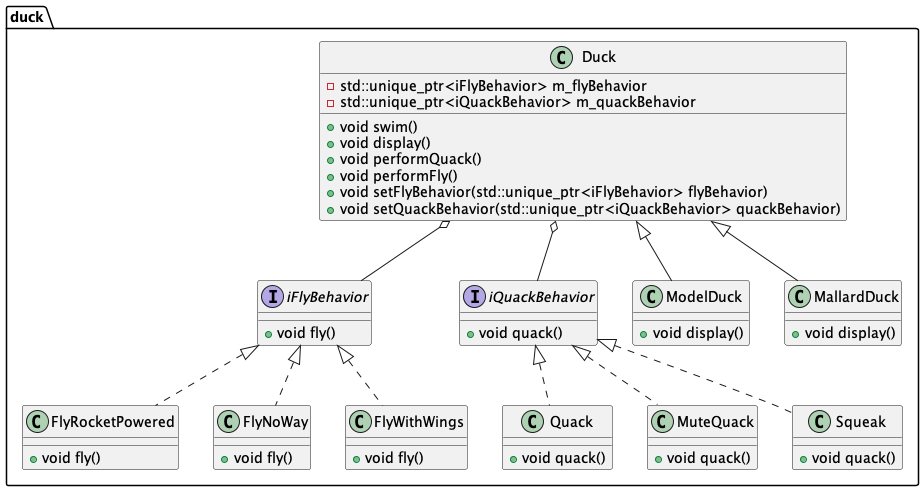
Before: chapter-01-strategy/docs/class-diagram.png, a diagram exported from PlantUML (mrezabayat/head-first-design-patterns).
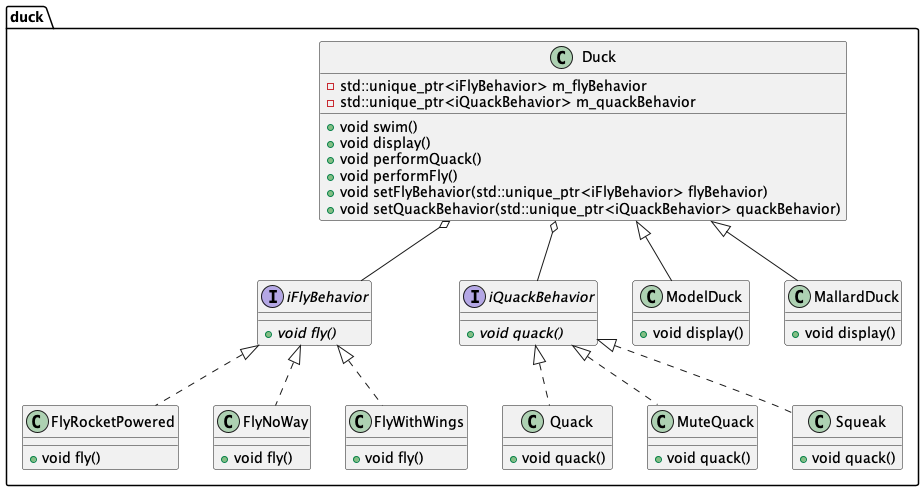
After the commit.

Commit message:
Correct the abstract methods in the UML diagrams

Change to the diagram source:
```diff
@@ -3,11 +3,11 @@
 namespace duck {
 
 interface iFlyBehavior {
-  +void fly()
+  +{abstract} void fly()
 }
 
 interface iQuackBehavior {
-  +void quack()
+  +{abstract} void quack()
 }
 
 class Duck {
```
